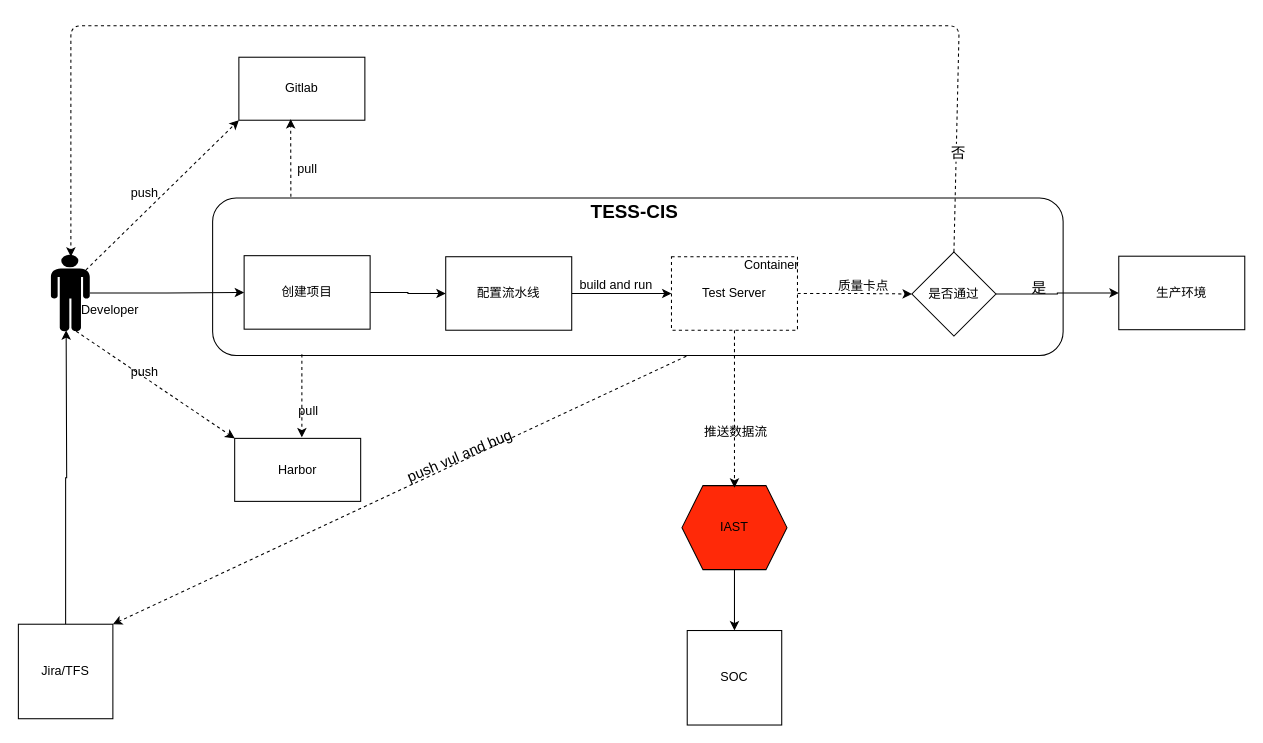
The draw.io diagram iast.drawio in March110/-, before the edit. Source tidied: cells renumbered, new cells numbered last; positions are measured from the earlier drawing's top-left corner, leaving out a move shared by most shapes. Both pictures are drawn from the tidied source at 105%, with x=0, y=0 at pixel (18, 25).
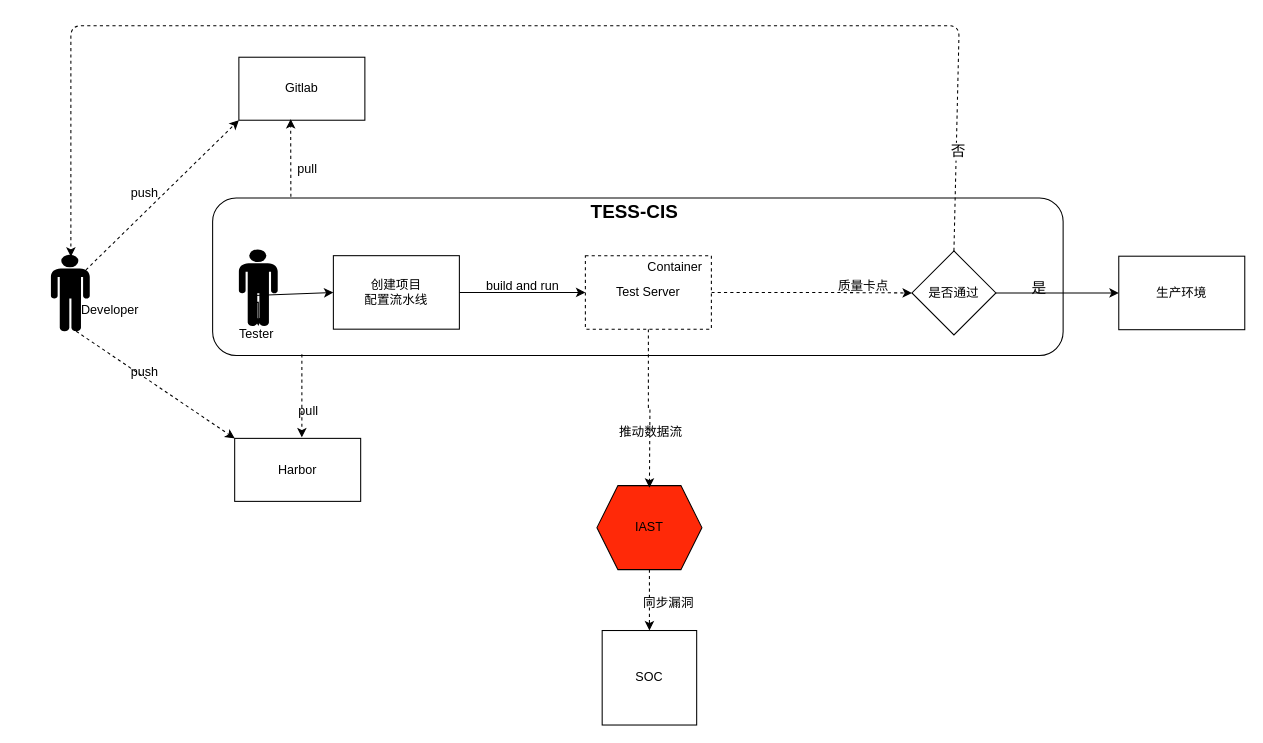
The same page after the edit.

Unchanged cells that the change refers to:
```xml
<mxCell id="2" style="rounded=1;html=3;dashed=0;border-width=5px;" parent="1" vertex="1">
  <mxGeometry x="185" y="164" width="810" height="150" as="geometry" />
</mxCell>
<mxCell id="13" style="shape=mxgraph.signs.people.man_1;html=1;fillColor=#000000;strokeColor=none;verticalLabelPosition=bottom;verticalAlign=top;align=center;" parent="1" vertex="1">
  <mxGeometry x="31" y="218" width="37" height="73" as="geometry" />
</mxCell>
```

Diff of the diagram source:
```diff
@@
-    <mxCell id="3" style="edgeStyle=orthogonalEdgeStyle;rounded=0;jettySize=auto;html=1;entryX=0;entryY=0.5;entryDx=0;entryDy=0;exitX=1;exitY=0.5;exitDx=0;exitDy=0;exitPerimeter=0;" parent="1" edge="1" source="13" target="5">
-      <mxGeometry relative="1" as="geometry" />
-    </mxCell>
-    <mxCell id="4" style="edgeStyle=orthogonalEdgeStyle;rounded=0;jettySize=auto;html=1;" parent="1" edge="1" source="5" target="9">
-      <mxGeometry relative="1" as="geometry" />
-    </mxCell>
-    <mxCell id="5" value="创建项目" style="rounded=0;whiteSpace=wrap;html=1;" parent="1" vertex="1">
-      <mxGeometry x="215" y="219" width="120" height="70" as="geometry" />
-    </mxCell>
-    <mxCell id="6" style="edgeStyle=orthogonalEdgeStyle;rounded=0;jettySize=auto;html=1;entryX=0.396;entryY=1;entryDx=0;entryDy=0;entryPerimeter=0;" parent="1" edge="1" source="7">
-      <mxGeometry relative="1" as="geometry">
-        <mxPoint x="45.5" y="290" as="targetPoint" />
-      </mxGeometry>
-    </mxCell>
-    <mxCell id="7" value="Jira/TFS" style="whiteSpace=wrap;html=1;" parent="1" vertex="1">
-      <mxGeometry y="570" width="90" height="90" as="geometry" />
-    </mxCell>
@@
-    <mxCell id="9" value="配置流水线" style="rounded=0;whiteSpace=wrap;html=1;" parent="1" vertex="1">
-      <mxGeometry x="407" y="220" width="120" height="70" as="geometry" />
+    <mxCell id="9" value="&lt;div&gt;创建项目&lt;/div&gt;&lt;div&gt;配置流水线&lt;/div&gt;" style="rounded=0;whiteSpace=wrap;html=1;" parent="1" vertex="1">
+      <mxGeometry x="300" y="219" width="120" height="70" as="geometry" />
     </mxCell>
@@
     <mxCell id="11" value="IAST" style="shape=hexagon;perimeter=hexagonPerimeter2;whiteSpace=wrap;html=1;fixedSize=1;fillColor=#FF2908;" parent="1" vertex="1">
-      <mxGeometry x="632" y="438" width="100" height="80" as="geometry" />
+      <mxGeometry x="551" y="438" width="100" height="80" as="geometry" />
     </mxCell>
@@
-    <mxCell id="14" value="推送数据流" style="text;html=1;align=center;verticalAlign=middle;" parent="1" vertex="1">
-      <mxGeometry x="643" y="377" width="80" height="20" as="geometry" />
+    <mxCell id="14" value="推动数据流" style="text;html=1;align=center;verticalAlign=middle;" parent="1" vertex="1">
+      <mxGeometry x="562" y="377" width="80" height="20" as="geometry" />
     </mxCell>
@@
     <mxCell id="16" value="SOC" style="whiteSpace=wrap;html=1;" parent="1" vertex="1">
-      <mxGeometry x="637" y="576" width="90" height="90" as="geometry" />
+      <mxGeometry x="556" y="576" width="90" height="90" as="geometry" />
     </mxCell>
-    <mxCell id="17" style="edgeStyle=orthogonalEdgeStyle;rounded=0;jettySize=auto;html=1;" parent="1" edge="1" source="11" target="16">
+    <mxCell id="17" style="edgeStyle=orthogonalEdgeStyle;rounded=0;jettySize=auto;html=1;dashed=1;" parent="1" edge="1" source="11" target="16">
       <mxGeometry relative="1" as="geometry" />
     </mxCell>
     <mxCell id="18" value="是否通过" style="rhombus;whiteSpace=wrap;html=1;fillColor=#FFFFFF;" parent="1" vertex="1">
-      <mxGeometry x="851" y="215.5" width="80" height="80" as="geometry" />
+      <mxGeometry x="851" y="214.5" width="80" height="80" as="geometry" />
     </mxCell>
@@
-    <mxCell id="23" style="edgeStyle=orthogonalEdgeStyle;rounded=0;jettySize=auto;html=1;dashed=1;" parent="1" edge="1" source="24">
+    <mxCell id="23" style="edgeStyle=orthogonalEdgeStyle;rounded=0;jettySize=auto;html=1;dashed=1;exitX=0.5;exitY=1;exitDx=0;exitDy=0;" parent="1" edge="1" source="24">
       <mxGeometry relative="1" as="geometry">
-        <mxPoint x="682" y="440" as="targetPoint" />
+        <mxPoint x="601" y="440" as="targetPoint" />
       </mxGeometry>
     </mxCell>
     <mxCell id="24" value="Test Server" style="rounded=0;whiteSpace=wrap;html=1;dashed=1;" parent="1" vertex="1">
-      <mxGeometry x="622" y="220" width="120" height="70" as="geometry" />
+      <mxGeometry x="540" y="219" width="120" height="70" as="geometry" />
     </mxCell>
     <mxCell id="25" value="build and run" style="text;html=1;align=center;verticalAlign=middle;" parent="1" vertex="1">
-      <mxGeometry x="529" y="237" width="80" height="20" as="geometry" />
+      <mxGeometry x="440" y="238" width="80" height="20" as="geometry" />
     </mxCell>
     <mxCell id="26" value="Container" style="text;html=1;align=center;verticalAlign=middle;" parent="1" vertex="1">
-      <mxGeometry x="682" y="218" width="70" height="20" as="geometry" />
+      <mxGeometry x="590" y="220" width="70" height="20" as="geometry" />
     </mxCell>
@@
-    <mxCell id="38" style="endArrow=classic;html=1;entryX=1;entryY=0;entryDx=0;entryDy=0;exitX=0.557;exitY=1.005;exitDx=0;exitDy=0;exitPerimeter=0;dashed=1;" parent="1" edge="1" source="2" target="7">
-      <mxGeometry relative="1" as="geometry" />
-    </mxCell>
-    <mxCell id="39" value="&lt;font style=&quot;font-size: 14px&quot;&gt;push vul and bug&lt;/font&gt;" style="text;html=1;align=center;verticalAlign=middle;rotation=-23;" parent="1" vertex="1">
-      <mxGeometry x="360" y="400" width="120" height="20" as="geometry" />
-    </mxCell>
@@
+    <mxCell id="41" value="同步漏洞" style="text;html=1;align=center;verticalAlign=middle;" parent="1" vertex="1">
+      <mxGeometry x="589" y="540" width="60" height="20" as="geometry" />
+    </mxCell>
+    <mxCell id="42" style="shape=mxgraph.signs.people.man_1;html=1;fillColor=#000000;strokeColor=none;verticalLabelPosition=bottom;verticalAlign=top;align=center;" parent="1" vertex="1">
+      <mxGeometry x="210" y="213" width="37" height="73" as="geometry" />
+    </mxCell>
+    <mxCell id="43" style="edgeStyle=orthogonalEdgeStyle;rounded=0;jettySize=auto;html=1;" parent="1" edge="1" source="44" target="42">
+      <mxGeometry relative="1" as="geometry" />
+    </mxCell>
+    <mxCell id="44" value="Tester" style="text;html=1;strokeColor=none;fillColor=none;align=center;verticalAlign=middle;whiteSpace=wrap;rounded=0;" parent="1" vertex="1">
+      <mxGeometry x="207" y="283.5" width="40" height="20" as="geometry" />
+    </mxCell>
+    <mxCell id="45" style="endArrow=classic;html=1;exitX=0.378;exitY=0.603;exitDx=0;exitDy=0;exitPerimeter=0;entryX=0;entryY=0.5;entryDx=0;entryDy=0;" parent="1" edge="1" source="42" target="9">
+      <mxGeometry relative="1" as="geometry" />
+    </mxCell>
```
